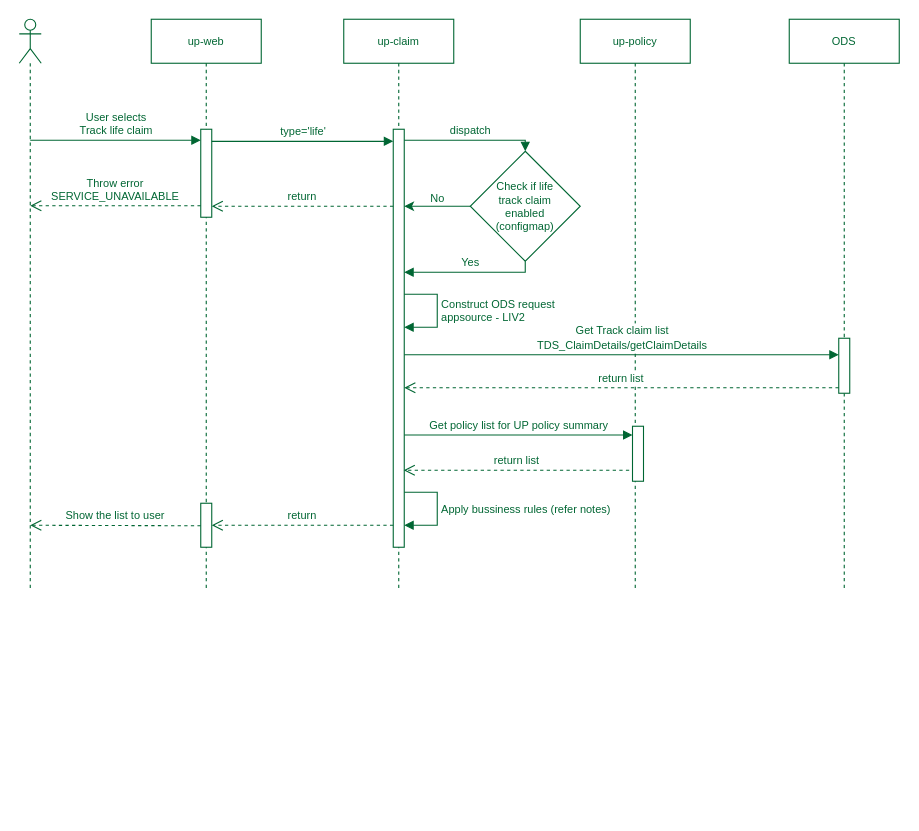
The draw.io diagram page "Life" (1 of 3) of Track-claim.drawio in ajeeshraj56/drawio, before the edit. Source tidied: cells renumbered, new cells numbered last; positions are measured from the earlier drawing's top-left corner, leaving out a move shared by most shapes. Both pictures are drawn from the tidied source at 110%, with x=0, y=0 at pixel (19, 19).
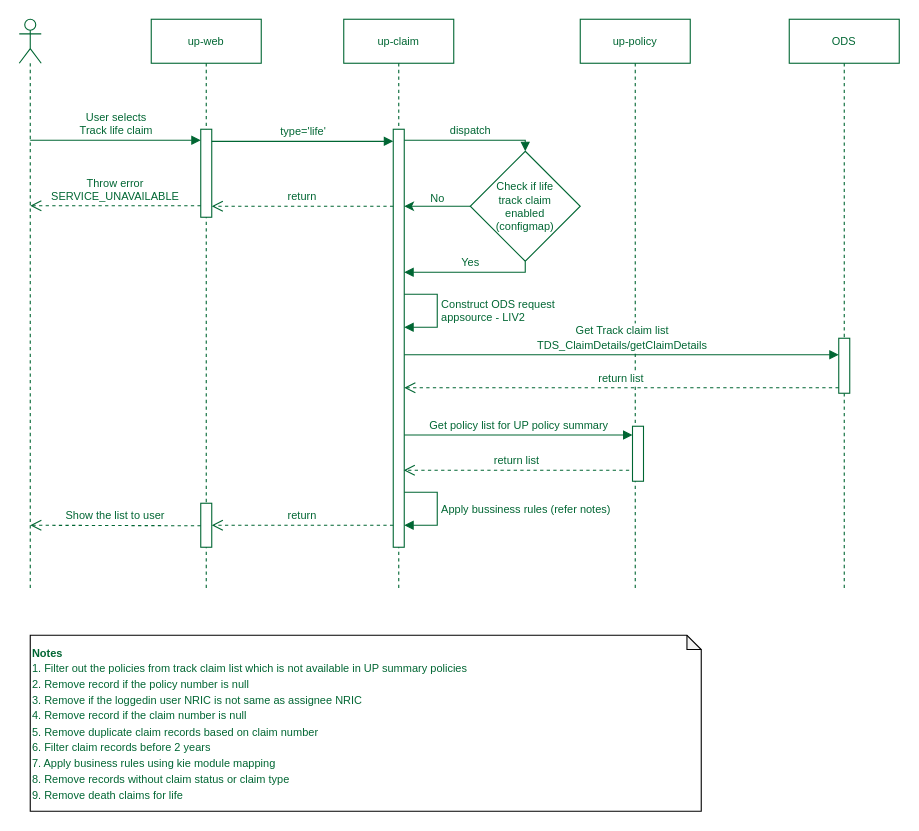
The same diagram, later.

Change to the diagram source:
```diff
@@
+    <mxCell id="29" value="&lt;font color=&quot;#006633&quot; style=&quot;font-size: 10px;&quot;&gt;&lt;b&gt;Notes&lt;/b&gt;&lt;br&gt;&lt;font style=&quot;font-size: 10px;&quot;&gt;1. Filter out the policies from track claim list whi&lt;span style=&quot;background-color: rgb(255, 255, 255);&quot;&gt;ch is not available in UP summary policies&lt;/span&gt;&lt;br style=&quot;border-color: var(--border-color); background-color: rgb(255, 255, 255);&quot;&gt;&lt;span style=&quot;background-color: rgb(255, 255, 255);&quot;&gt;2. Remove record if the policy number is null&lt;/span&gt;&lt;/font&gt;&lt;br&gt;3. Remove if the loggedin user NRIC is not same as assignee NRIC&lt;br&gt;4.&amp;nbsp;Remove record if the claim number is null&lt;font style=&quot;border-color: var(--border-color); font-size: 10px;&quot;&gt;&lt;br style=&quot;border-color: var(--border-color);&quot;&gt;&lt;/font&gt;&lt;span style=&quot;border-color: var(--border-color);&quot;&gt;5.&amp;nbsp;&lt;/span&gt;Remove duplicate claim records based on claim number&lt;br&gt;6. Filter claim records before 2 years&lt;br&gt;7. Apply business rules using kie module mapping&lt;br&gt;8. Remove records without claim status or claim type&lt;br&gt;9. Remove death claims for life&amp;nbsp;&lt;/font&gt;" style="shape=note;whiteSpace=wrap;html=1;backgroundOutline=1;darkOpacity=0.05;size=13;align=left;" parent="1" vertex="1">
+      <mxGeometry x="10" y="560" width="610" height="160" as="geometry" />
+    </mxCell>
```
